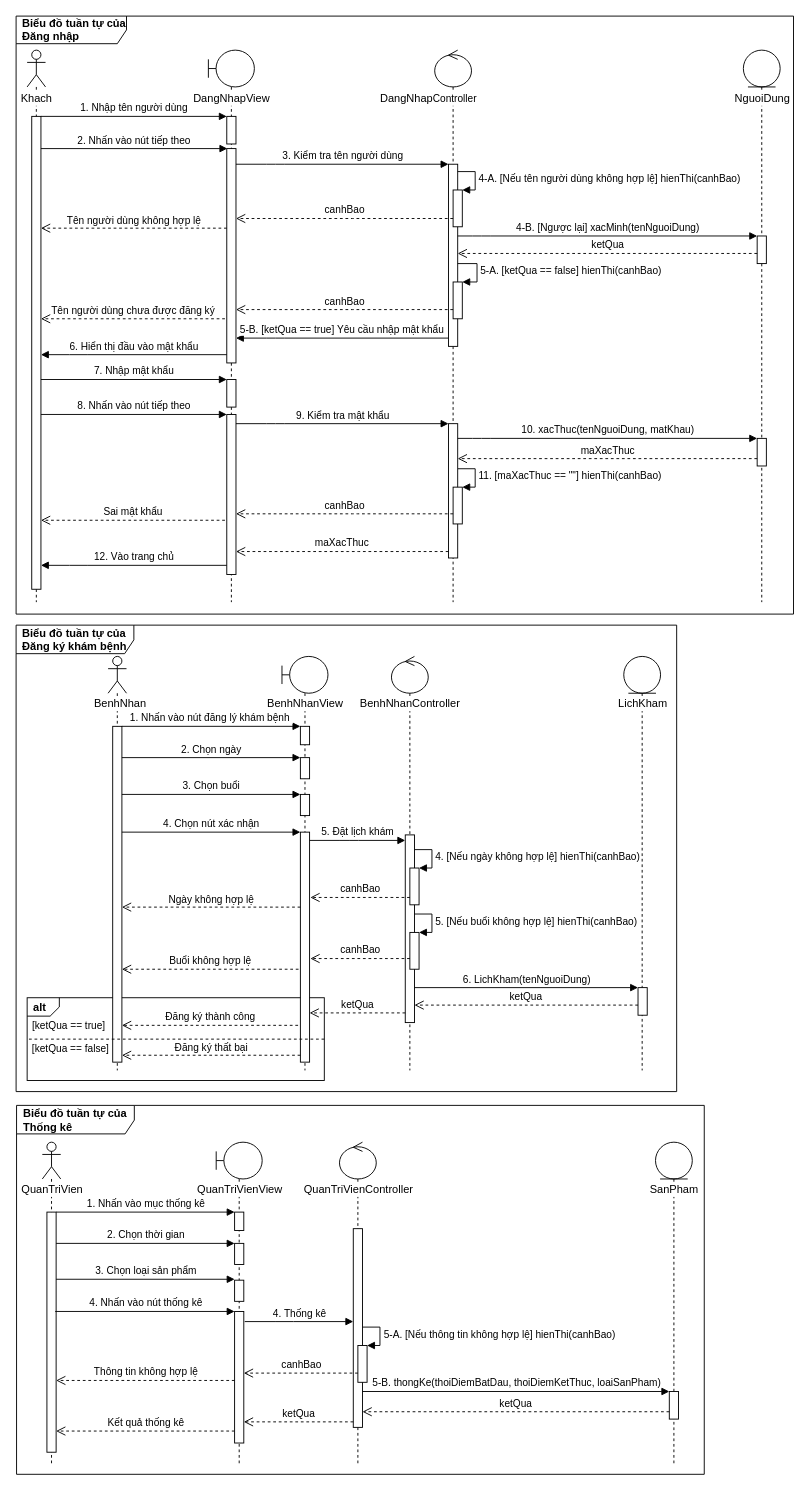
The draw.io diagram page "Sequence" (1 of 4) of designs/luc.drawio in luclegen/medicine16, before the edit. Source tidied: cells renumbered, new cells numbered last; positions are measured from the earlier drawing's top-left corner, leaving out a move shared by most shapes. Both pictures are drawn from the tidied source at 92%, with x=0, y=0 at pixel (16, 16).
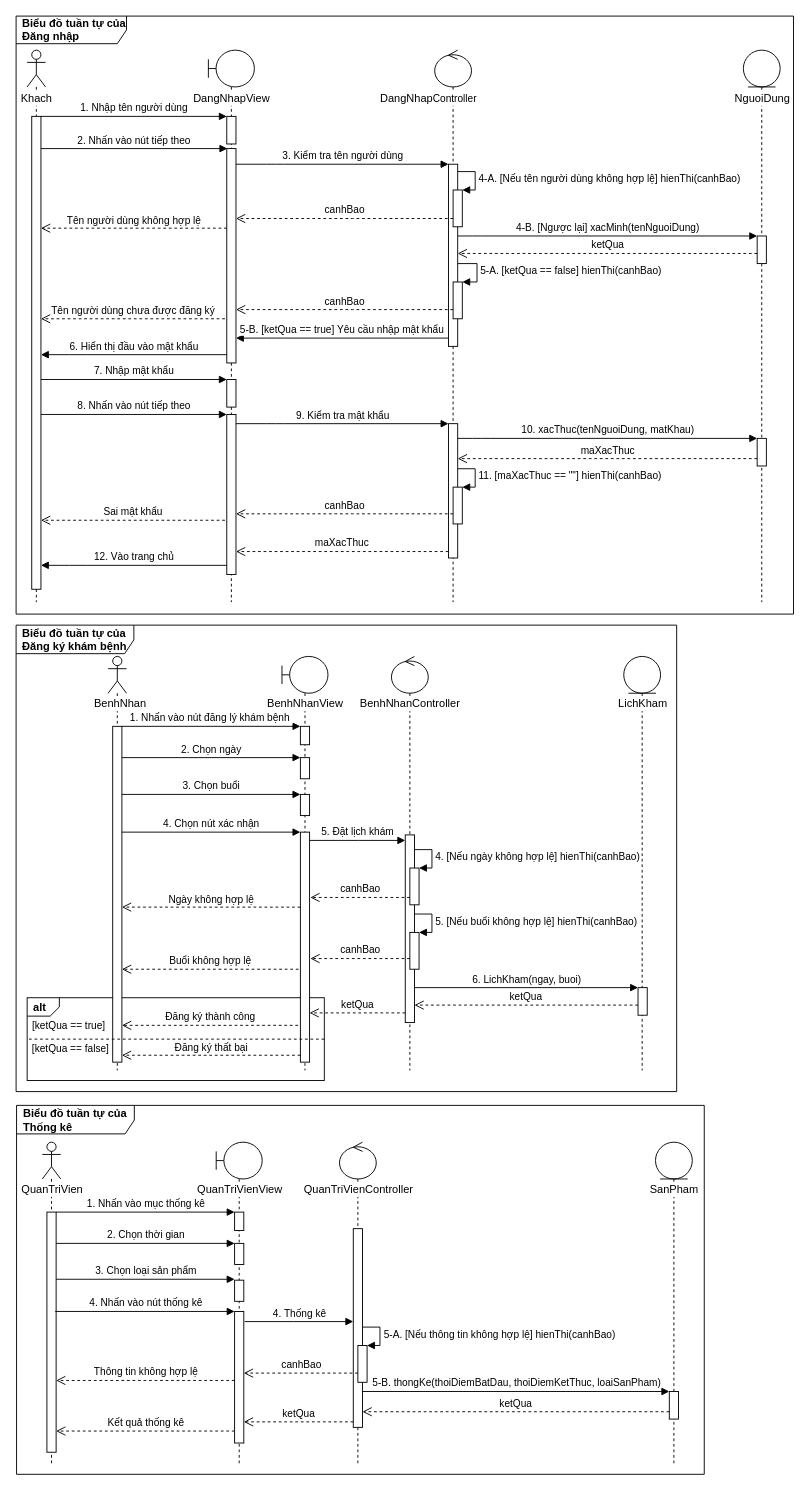
The same diagram, later.

Commit message:
Modify Biểu đồ tuần tự của Đăng ký khám bệnh

The change refers to these unchanged cells:
```xml
<mxCell id="72" style="html=1;points=[];perimeter=orthogonalPerimeter;" parent="1" vertex="1">
  <mxGeometry x="676" y="1056" width="10" height="30" as="geometry" />
</mxCell>
```

Diff of the diagram source:
```diff
@@
-    <mxCell id="71" value="6. LichKham(tenNguoiDung)" style="html=1;verticalAlign=bottom;endArrow=block;" parent="1" edge="1" target="72">
+    <mxCell id="71" value="6. LichKham(ngay, buoi)" style="html=1;verticalAlign=bottom;endArrow=block;" parent="1" edge="1" target="72">
       <mxGeometry relative="1" as="geometry">
         <mxPoint x="433" y="1056" as="sourcePoint" />
       </mxGeometry>
     </mxCell>
```
